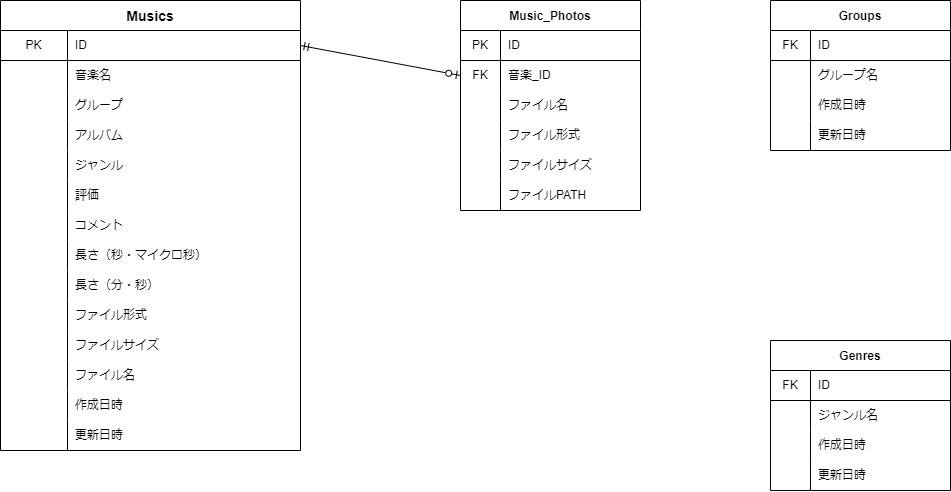
The draw.io diagram er.drawio.png in monomonosu/SoundHornet-React, before a commit. Source tidied: cells renumbered, new cells last; positions are measured from the earlier drawing's top-left corner, leaving out a move shared by most shapes.
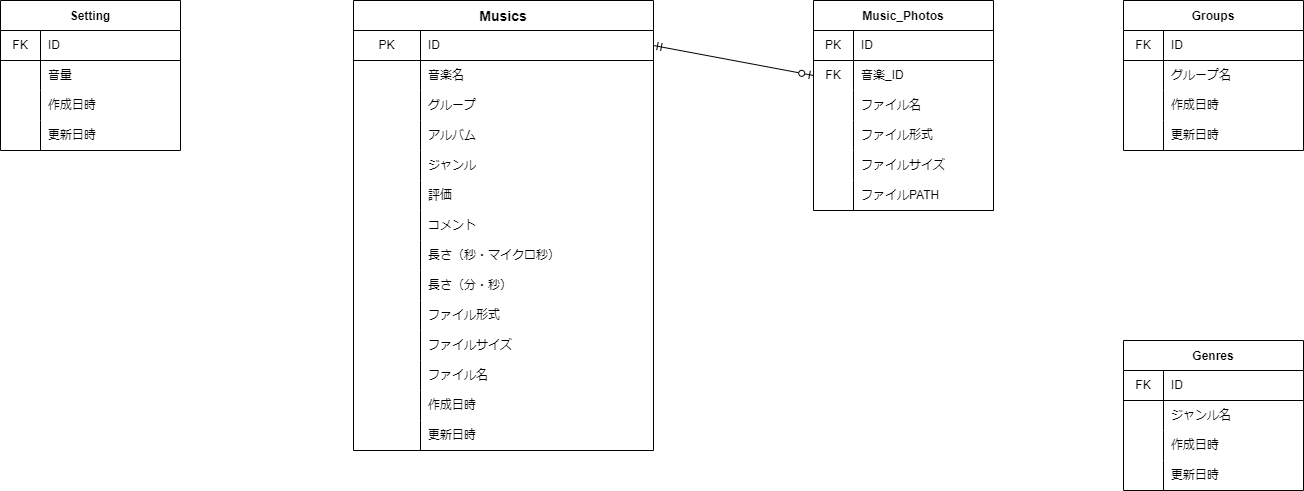
After the commit.

The edit, as a diff of the source:
```diff
@@ -269,5 +269,44 @@
     <mxCell id="90" style="edgeStyle=none;html=1;exitX=1;exitY=0.5;exitDx=0;exitDy=0;entryX=0;entryY=0.5;entryDx=0;entryDy=0;strokeColor=default;endArrow=ERzeroToOne;endFill=0;startArrow=ERmandOne;startFill=0;" parent="1" edge="1" source="3" target="75">
       <mxGeometry relative="1" as="geometry" />
     </mxCell>
+    <mxCell id="91" value="Setting" style="shape=table;startSize=30;rowLines=0;fontStyle=1;align=center;" parent="1" vertex="1">
+      <mxGeometry x="-353" width="180" height="150" as="geometry" />
+    </mxCell>
+    <mxCell id="92" style="shape=partialRectangle;html=1;whiteSpace=wrap;fillColor=none;top=0;left=0;bottom=1;right=0;" parent="91" vertex="1">
+      <mxGeometry y="30" width="180" height="30" as="geometry" />
+    </mxCell>
+    <mxCell id="93" value="FK" style="shape=partialRectangle;html=1;whiteSpace=wrap;fillColor=none;top=0;left=0;bottom=0;right=0;overflow=hidden;" parent="92" vertex="1">
+      <mxGeometry width="40" height="30" as="geometry" />
+    </mxCell>
+    <mxCell id="94" value="ID" style="shape=partialRectangle;html=1;whiteSpace=wrap;fillColor=none;top=0;left=0;bottom=0;right=0;align=left;spacingLeft=6;overflow=hidden;" parent="92" vertex="1">
+      <mxGeometry x="40" width="140" height="30" as="geometry" />
+    </mxCell>
+    <mxCell id="95" style="shape=partialRectangle;html=1;whiteSpace=wrap;fillColor=none;top=0;left=0;bottom=0;right=0;" parent="91" vertex="1">
+      <mxGeometry y="60" width="180" height="30" as="geometry" />
+    </mxCell>
+    <mxCell id="96" style="shape=partialRectangle;html=1;whiteSpace=wrap;fillColor=none;top=0;left=0;bottom=0;right=0;overflow=hidden;" parent="95" vertex="1">
+      <mxGeometry width="40" height="30" as="geometry" />
+    </mxCell>
+    <mxCell id="97" value="音量" style="shape=partialRectangle;html=1;whiteSpace=wrap;fillColor=none;top=0;left=0;bottom=0;right=0;align=left;spacingLeft=6;overflow=hidden;" parent="95" vertex="1">
+      <mxGeometry x="40" width="140" height="30" as="geometry" />
+    </mxCell>
+    <mxCell id="98" style="shape=partialRectangle;html=1;whiteSpace=wrap;fillColor=none;top=0;left=0;bottom=0;right=0;" parent="91" vertex="1">
+      <mxGeometry y="90" width="180" height="30" as="geometry" />
+    </mxCell>
+    <mxCell id="99" style="shape=partialRectangle;html=1;whiteSpace=wrap;fillColor=none;top=0;left=0;bottom=0;right=0;overflow=hidden;" parent="98" vertex="1">
+      <mxGeometry width="40" height="30" as="geometry" />
+    </mxCell>
+    <mxCell id="100" value="作成日時" style="shape=partialRectangle;html=1;whiteSpace=wrap;fillColor=none;top=0;left=0;bottom=0;right=0;align=left;spacingLeft=6;overflow=hidden;" parent="98" vertex="1">
+      <mxGeometry x="40" width="140" height="30" as="geometry" />
+    </mxCell>
+    <mxCell id="101" style="shape=partialRectangle;html=1;whiteSpace=wrap;fillColor=none;top=0;left=0;bottom=0;right=0;" parent="91" vertex="1">
+      <mxGeometry y="120" width="180" height="30" as="geometry" />
+    </mxCell>
+    <mxCell id="102" style="shape=partialRectangle;html=1;whiteSpace=wrap;fillColor=none;top=0;left=0;bottom=0;right=0;overflow=hidden;" parent="101" vertex="1">
+      <mxGeometry width="40" height="30" as="geometry" />
+    </mxCell>
+    <mxCell id="103" value="更新日時" style="shape=partialRectangle;html=1;whiteSpace=wrap;fillColor=none;top=0;left=0;bottom=0;right=0;align=left;spacingLeft=6;overflow=hidden;" parent="101" vertex="1">
+      <mxGeometry x="40" width="140" height="30" as="geometry" />
+    </mxCell>
   </root>
 </mxGraphModel>
```
